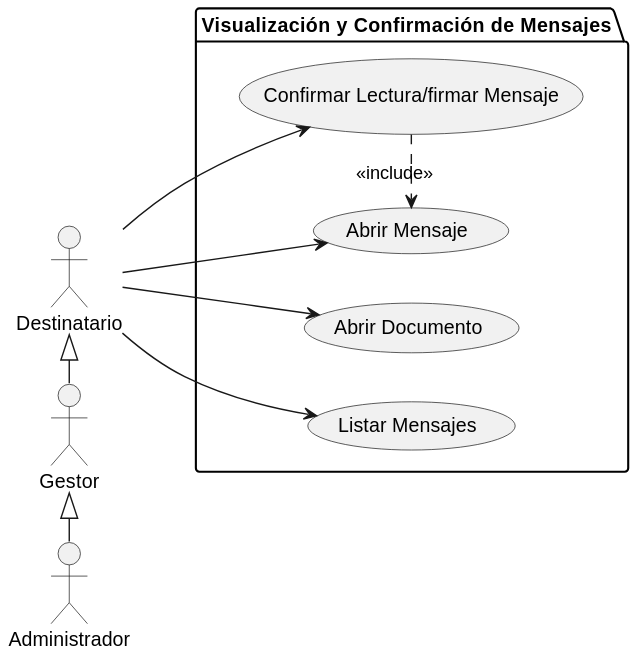
The PlantUML diagram docs/casosDeUso/diagramaCasosDeUso/visualizacionConfirmacionDocumentos/visualizacionConfirmacionDocumentos.svg in mmasias/24-25-IdSw1-SDR, before a commit.
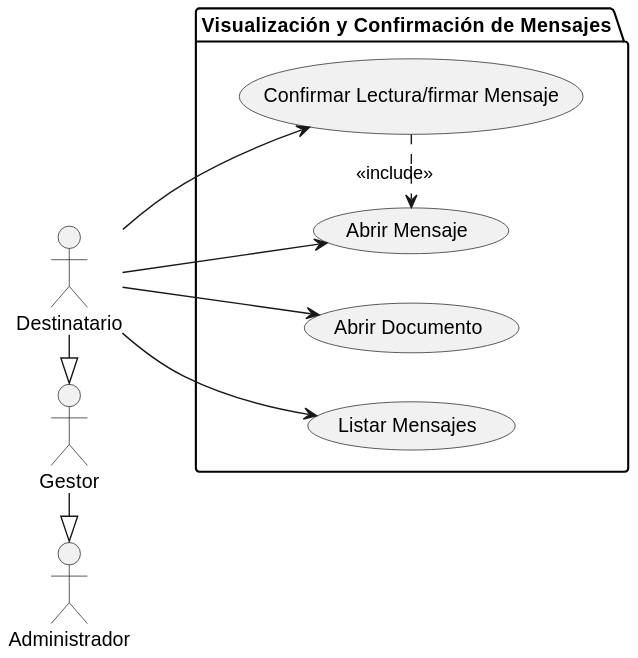
Above is the later version.

Commit message:
Corrige la dirección de la relación entre Administrador y Usuario en varios diagramas de casos de uso

The edit, as a diff of the source:
```diff
@@ -11,8 +11,8 @@
     VCD4 .> VCD2 : <<include>>
 }
 
-Destinatario <|- Usuario
-Usuario <|- Administrador
+Destinatario -|> Usuario
+Usuario -|> Administrador
 Destinatario -u-> VCD1
 Destinatario --> VCD2
 Destinatario --> VCD3
```
